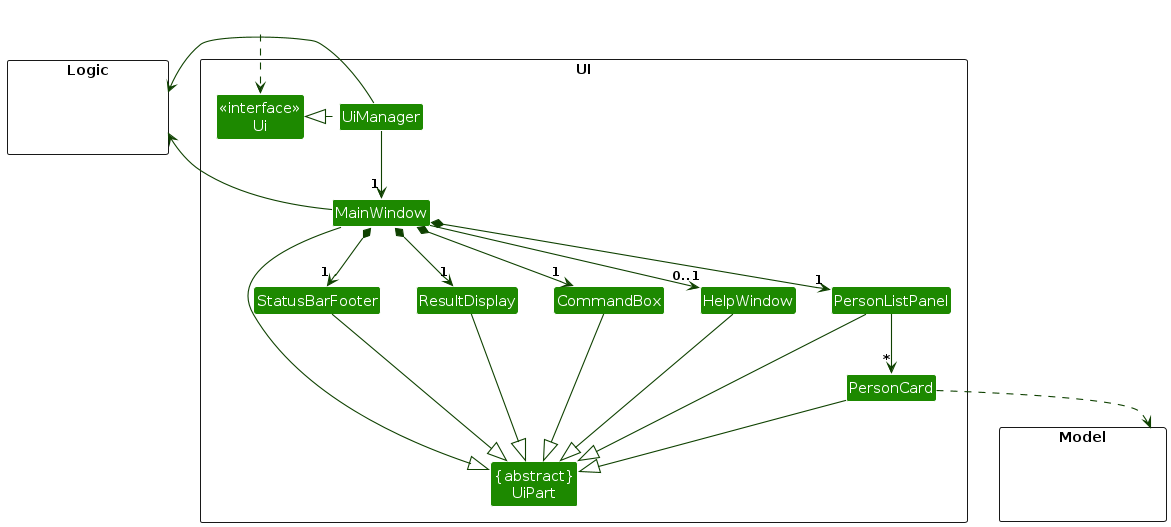
Before: diagrams/UiClassDiagram.png, a diagram exported from PlantUML (AY2627S1-CS2103-F12-3/tp). Its source is kept beside it as diagrams/UiClassDiagram.puml.
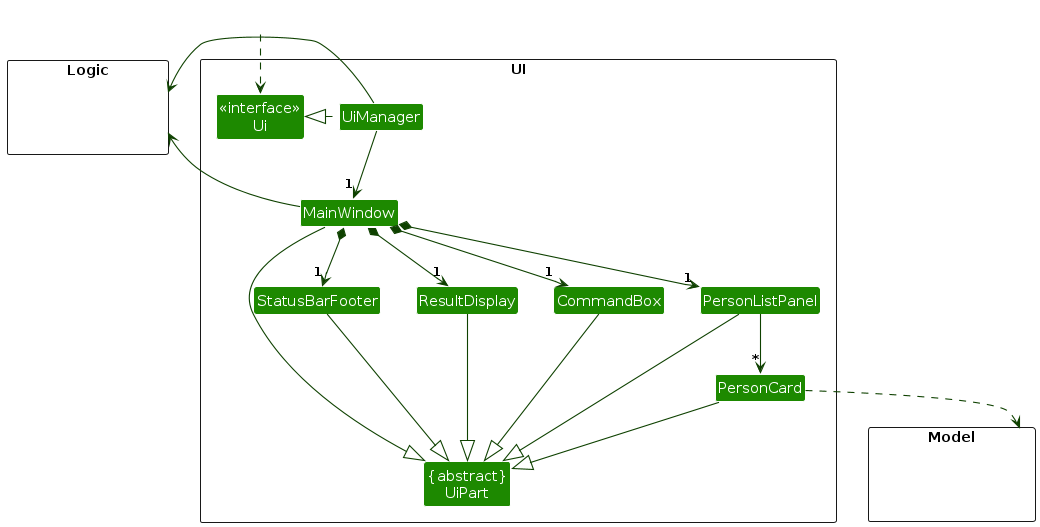
After the change.

The edit, as a diff of the source:
```diff
@@ -9,7 +9,6 @@
 Class "{abstract}\nUiPart" as UiPart
 Class UiManager
 Class MainWindow
-Class HelpWindow
 Class ResultDisplay
 Class PersonListPanel
 Class PersonCard
@@ -34,7 +33,6 @@
 MainWindow *-down-> "1" ResultDisplay
 MainWindow *-down-> "1" PersonListPanel
 MainWindow *-down-> "1" StatusBarFooter
-MainWindow --> "0..1" HelpWindow
 
 PersonListPanel -down-> "*" PersonCard
 
@@ -45,14 +43,12 @@
 PersonListPanel --|> UiPart
 PersonCard --|> UiPart
 StatusBarFooter --|> UiPart
-HelpWindow --|> UiPart
 
 PersonCard ..> Model
 UiManager -right-> Logic
 MainWindow -left-> Logic
 
-PersonListPanel -[hidden]left- HelpWindow
-HelpWindow -[hidden]left- CommandBox
+PersonListPanel -[hidden]left- CommandBox
 CommandBox -[hidden]left- ResultDisplay
 ResultDisplay -[hidden]left- StatusBarFooter
 
```
